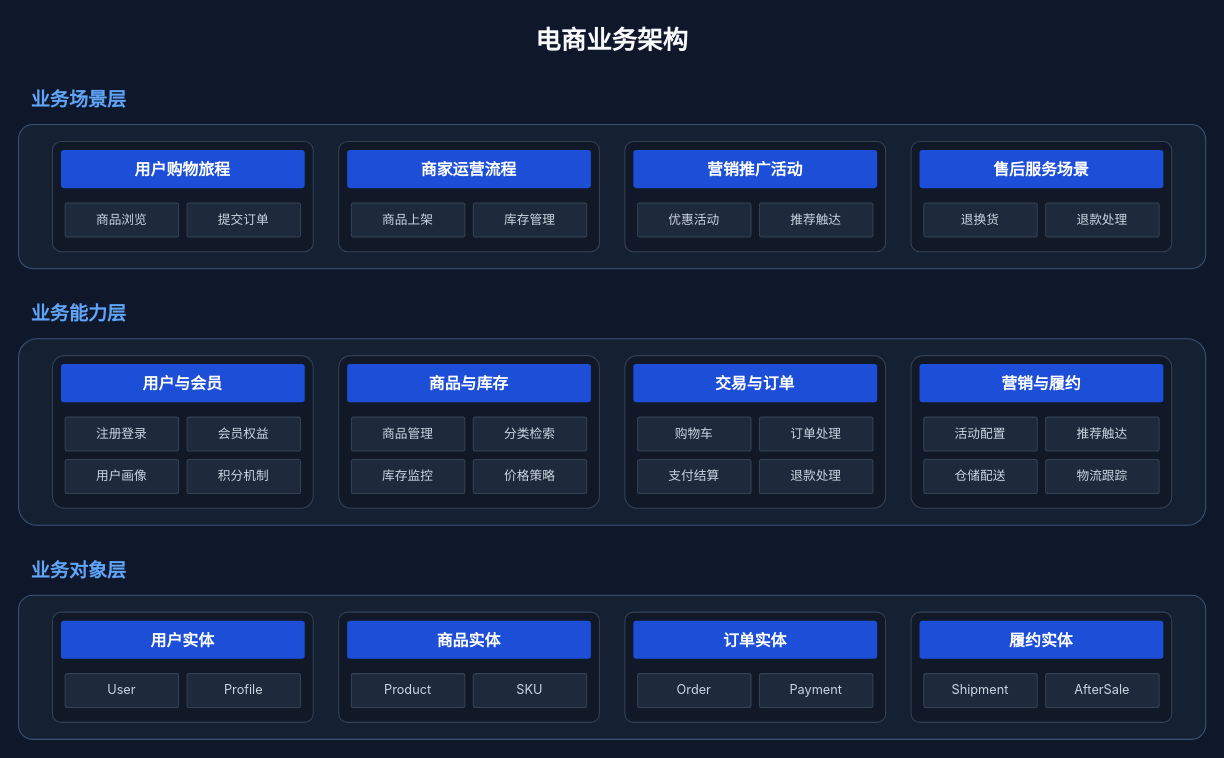
Earlier version of the draw.io diagram .opencode/skills/xml-diagram/examples/architecture-business-dark-ecommerce.drawio (BeWaterMyFriend7/SKILL-PROJECT). Source tidied: cells renumbered, new cells numbered last; positions are measured from the earlier drawing's top-left corner, leaving out a move shared by most shapes. Both pictures are drawn from the tidied source at 106%, with x=0, y=0 at pixel (18, 18).
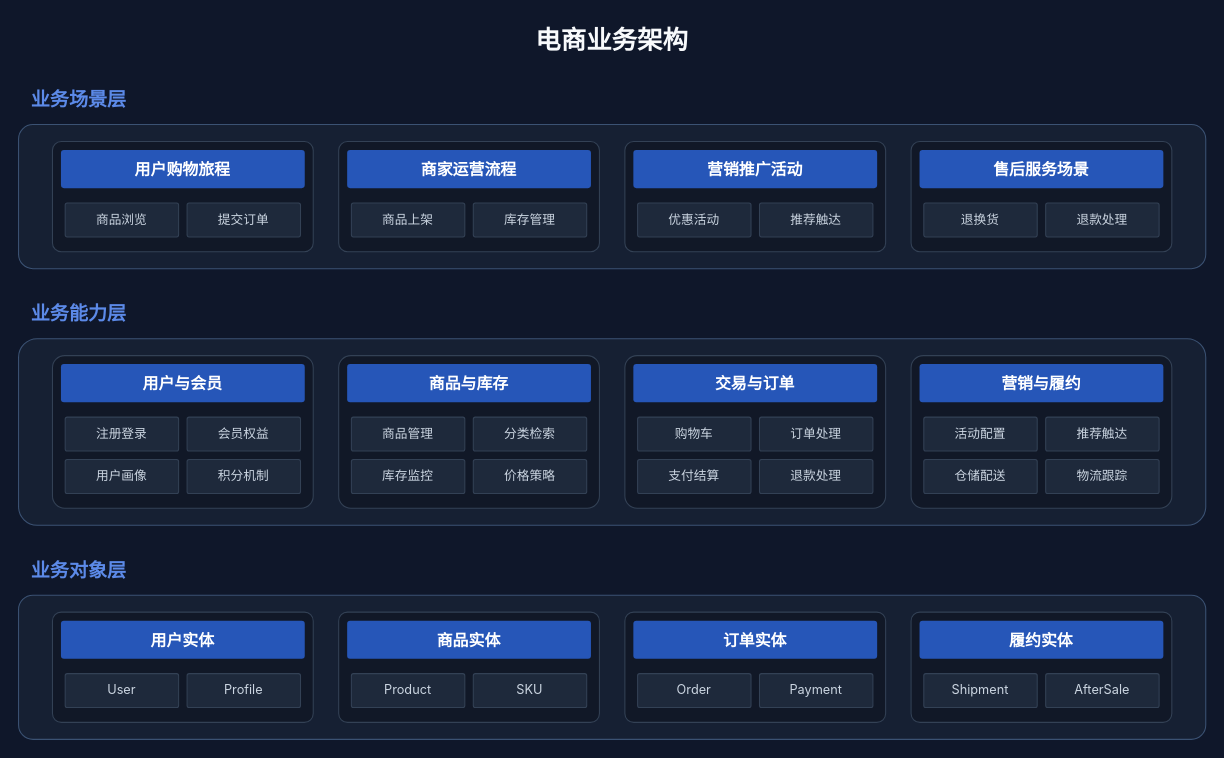
Above is the later version.

The change refers to these unchanged cells:
```xml
<mxCell id="5" style="rounded=1;arcSize=8;html=1;whiteSpace=wrap;fillColor=#111827;strokeColor=#334155;strokeWidth=1;" parent="4" vertex="1">
  <mxGeometry x="32" y="16" width="246" height="104" as="geometry" />
</mxCell>
<mxCell id="9" style="rounded=1;arcSize=8;html=1;whiteSpace=wrap;fillColor=#111827;strokeColor=#334155;strokeWidth=1;" parent="4" vertex="1">
  <mxGeometry x="302" y="16" width="246" height="104" as="geometry" />
</mxCell>
<mxCell id="13" style="rounded=1;arcSize=8;html=1;whiteSpace=wrap;fillColor=#111827;strokeColor=#334155;strokeWidth=1;" parent="4" vertex="1">
  <mxGeometry x="572" y="16" width="246" height="104" as="geometry" />
</mxCell>
<mxCell id="17" style="rounded=1;arcSize=8;html=1;whiteSpace=wrap;fillColor=#111827;strokeColor=#334155;strokeWidth=1;" parent="4" vertex="1">
  <mxGeometry x="842" y="16" width="246" height="104" as="geometry" />
</mxCell>
<mxCell id="23" style="rounded=1;arcSize=8;html=1;whiteSpace=wrap;fillColor=#111827;strokeColor=#334155;strokeWidth=1;" parent="22" vertex="1">
  <mxGeometry x="32" y="16" width="246" height="144" as="geometry" />
</mxCell>
<mxCell id="29" style="rounded=1;arcSize=8;html=1;whiteSpace=wrap;fillColor=#111827;strokeColor=#334155;strokeWidth=1;" parent="22" vertex="1">
  <mxGeometry x="302" y="16" width="246" height="144" as="geometry" />
</mxCell>
<mxCell id="35" style="rounded=1;arcSize=8;html=1;whiteSpace=wrap;fillColor=#111827;strokeColor=#334155;strokeWidth=1;" parent="22" vertex="1">
  <mxGeometry x="572" y="16" width="246" height="144" as="geometry" />
</mxCell>
<mxCell id="41" style="rounded=1;arcSize=8;html=1;whiteSpace=wrap;fillColor=#111827;strokeColor=#334155;strokeWidth=1;" parent="22" vertex="1">
  <mxGeometry x="842" y="16" width="246" height="144" as="geometry" />
</mxCell>
<mxCell id="49" style="rounded=1;arcSize=8;html=1;whiteSpace=wrap;fillColor=#111827;strokeColor=#334155;strokeWidth=1;" parent="48" vertex="1">
  <mxGeometry x="32" y="16" width="246" height="104" as="geometry" />
</mxCell>
<mxCell id="53" style="rounded=1;arcSize=8;html=1;whiteSpace=wrap;fillColor=#111827;strokeColor=#334155;strokeWidth=1;" parent="48" vertex="1">
  <mxGeometry x="302" y="16" width="246" height="104" as="geometry" />
</mxCell>
<mxCell id="57" style="rounded=1;arcSize=8;html=1;whiteSpace=wrap;fillColor=#111827;strokeColor=#334155;strokeWidth=1;" parent="48" vertex="1">
  <mxGeometry x="572" y="16" width="246" height="104" as="geometry" />
</mxCell>
<mxCell id="61" style="rounded=1;arcSize=8;html=1;whiteSpace=wrap;fillColor=#111827;strokeColor=#334155;strokeWidth=1;" parent="48" vertex="1">
  <mxGeometry x="842" y="16" width="246" height="104" as="geometry" />
</mxCell>
```

The edit, as a diff of the source:
```diff
@@
-    <mxCell id="3" value="业务场景层" style="text=;html=1;strokeColor=none;fillColor=none;align=left;verticalAlign=middle;whiteSpace=wrap;fontFamily=Inter, Noto Sans SC, Microsoft YaHei, sans-serif;fontSize=18;fontStyle=1;fontColor=#60A5FA;" parent="1" vertex="1">
+    <mxCell id="3" value="业务场景层" style="text=;html=1;strokeColor=none;fillColor=none;align=left;verticalAlign=middle;whiteSpace=wrap;fontFamily=Inter, Noto Sans SC, Microsoft YaHei, sans-serif;fontSize=18;fontStyle=1;fontColor=#5C8AE8;" parent="1" vertex="1">
       <mxGeometry x="10" y="62" width="420" height="28" as="geometry" />
     </mxCell>
@@
-    <mxCell id="6" value="用户购物旅程" style="rounded=1;arcSize=8;html=1;whiteSpace=wrap;align=center;verticalAlign=middle;fillColor=#1D4ED8;strokeColor=none;fontFamily=Inter, Noto Sans SC, Microsoft YaHei, sans-serif;fontSize=15;fontStyle=1;fontColor=#FFFFFF;" parent="5" vertex="1">
+    <mxCell id="6" value="用户购物旅程" style="rounded=1;arcSize=8;html=1;whiteSpace=wrap;align=center;verticalAlign=middle;fillColor=#2656B8;strokeColor=none;fontFamily=Inter, Noto Sans SC, Microsoft YaHei, sans-serif;fontSize=15;fontStyle=1;fontColor=#FFFFFF;" parent="5" vertex="1">
       <mxGeometry x="8" y="8" width="230" height="36" as="geometry" />
     </mxCell>
@@
-    <mxCell id="10" value="商家运营流程" style="rounded=1;arcSize=8;html=1;whiteSpace=wrap;align=center;verticalAlign=middle;fillColor=#1D4ED8;strokeColor=none;fontFamily=Inter, Noto Sans SC, Microsoft YaHei, sans-serif;fontSize=15;fontStyle=1;fontColor=#FFFFFF;" parent="9" vertex="1">
+    <mxCell id="10" value="商家运营流程" style="rounded=1;arcSize=8;html=1;whiteSpace=wrap;align=center;verticalAlign=middle;fillColor=#2656B8;strokeColor=none;fontFamily=Inter, Noto Sans SC, Microsoft YaHei, sans-serif;fontSize=15;fontStyle=1;fontColor=#FFFFFF;" parent="9" vertex="1">
       <mxGeometry x="8" y="8" width="230" height="36" as="geometry" />
     </mxCell>
@@
-    <mxCell id="14" value="营销推广活动" style="rounded=1;arcSize=8;html=1;whiteSpace=wrap;align=center;verticalAlign=middle;fillColor=#1D4ED8;strokeColor=none;fontFamily=Inter, Noto Sans SC, Microsoft YaHei, sans-serif;fontSize=15;fontStyle=1;fontColor=#FFFFFF;" parent="13" vertex="1">
+    <mxCell id="14" value="营销推广活动" style="rounded=1;arcSize=8;html=1;whiteSpace=wrap;align=center;verticalAlign=middle;fillColor=#2656B8;strokeColor=none;fontFamily=Inter, Noto Sans SC, Microsoft YaHei, sans-serif;fontSize=15;fontStyle=1;fontColor=#FFFFFF;" parent="13" vertex="1">
       <mxGeometry x="8" y="8" width="230" height="36" as="geometry" />
     </mxCell>
@@
-    <mxCell id="18" value="售后服务场景" style="rounded=1;arcSize=8;html=1;whiteSpace=wrap;align=center;verticalAlign=middle;fillColor=#1D4ED8;strokeColor=none;fontFamily=Inter, Noto Sans SC, Microsoft YaHei, sans-serif;fontSize=15;fontStyle=1;fontColor=#FFFFFF;" parent="17" vertex="1">
+    <mxCell id="18" value="售后服务场景" style="rounded=1;arcSize=8;html=1;whiteSpace=wrap;align=center;verticalAlign=middle;fillColor=#2656B8;strokeColor=none;fontFamily=Inter, Noto Sans SC, Microsoft YaHei, sans-serif;fontSize=15;fontStyle=1;fontColor=#FFFFFF;" parent="17" vertex="1">
       <mxGeometry x="8" y="8" width="230" height="36" as="geometry" />
     </mxCell>
@@
-    <mxCell id="21" value="业务能力层" style="text=;html=1;strokeColor=none;fillColor=none;align=left;verticalAlign=middle;whiteSpace=wrap;fontFamily=Inter, Noto Sans SC, Microsoft YaHei, sans-serif;fontSize=18;fontStyle=1;fontColor=#60A5FA;" parent="1" vertex="1">
+    <mxCell id="21" value="业务能力层" style="text=;html=1;strokeColor=none;fillColor=none;align=left;verticalAlign=middle;whiteSpace=wrap;fontFamily=Inter, Noto Sans SC, Microsoft YaHei, sans-serif;fontSize=18;fontStyle=1;fontColor=#5C8AE8;" parent="1" vertex="1">
       <mxGeometry x="10" y="264" width="420" height="28" as="geometry" />
     </mxCell>
@@
-    <mxCell id="24" value="用户与会员" style="rounded=1;arcSize=8;html=1;whiteSpace=wrap;align=center;verticalAlign=middle;fillColor=#1D4ED8;strokeColor=none;fontFamily=Inter, Noto Sans SC, Microsoft YaHei, sans-serif;fontSize=15;fontStyle=1;fontColor=#FFFFFF;" parent="23" vertex="1">
+    <mxCell id="24" value="用户与会员" style="rounded=1;arcSize=8;html=1;whiteSpace=wrap;align=center;verticalAlign=middle;fillColor=#2656B8;strokeColor=none;fontFamily=Inter, Noto Sans SC, Microsoft YaHei, sans-serif;fontSize=15;fontStyle=1;fontColor=#FFFFFF;" parent="23" vertex="1">
       <mxGeometry x="8" y="8" width="230" height="36" as="geometry" />
     </mxCell>
@@
-    <mxCell id="30" value="商品与库存" style="rounded=1;arcSize=8;html=1;whiteSpace=wrap;align=center;verticalAlign=middle;fillColor=#1D4ED8;strokeColor=none;fontFamily=Inter, Noto Sans SC, Microsoft YaHei, sans-serif;fontSize=15;fontStyle=1;fontColor=#FFFFFF;" parent="29" vertex="1">
+    <mxCell id="30" value="商品与库存" style="rounded=1;arcSize=8;html=1;whiteSpace=wrap;align=center;verticalAlign=middle;fillColor=#2656B8;strokeColor=none;fontFamily=Inter, Noto Sans SC, Microsoft YaHei, sans-serif;fontSize=15;fontStyle=1;fontColor=#FFFFFF;" parent="29" vertex="1">
       <mxGeometry x="8" y="8" width="230" height="36" as="geometry" />
     </mxCell>
@@
-    <mxCell id="36" value="交易与订单" style="rounded=1;arcSize=8;html=1;whiteSpace=wrap;align=center;verticalAlign=middle;fillColor=#1D4ED8;strokeColor=none;fontFamily=Inter, Noto Sans SC, Microsoft YaHei, sans-serif;fontSize=15;fontStyle=1;fontColor=#FFFFFF;" parent="35" vertex="1">
+    <mxCell id="36" value="交易与订单" style="rounded=1;arcSize=8;html=1;whiteSpace=wrap;align=center;verticalAlign=middle;fillColor=#2656B8;strokeColor=none;fontFamily=Inter, Noto Sans SC, Microsoft YaHei, sans-serif;fontSize=15;fontStyle=1;fontColor=#FFFFFF;" parent="35" vertex="1">
       <mxGeometry x="8" y="8" width="230" height="36" as="geometry" />
     </mxCell>
@@
-    <mxCell id="42" value="营销与履约" style="rounded=1;arcSize=8;html=1;whiteSpace=wrap;align=center;verticalAlign=middle;fillColor=#1D4ED8;strokeColor=none;fontFamily=Inter, Noto Sans SC, Microsoft YaHei, sans-serif;fontSize=15;fontStyle=1;fontColor=#FFFFFF;" parent="41" vertex="1">
+    <mxCell id="42" value="营销与履约" style="rounded=1;arcSize=8;html=1;whiteSpace=wrap;align=center;verticalAlign=middle;fillColor=#2656B8;strokeColor=none;fontFamily=Inter, Noto Sans SC, Microsoft YaHei, sans-serif;fontSize=15;fontStyle=1;fontColor=#FFFFFF;" parent="41" vertex="1">
       <mxGeometry x="8" y="8" width="230" height="36" as="geometry" />
     </mxCell>
@@
-    <mxCell id="47" value="业务对象层" style="text=;html=1;strokeColor=none;fillColor=none;align=left;verticalAlign=middle;whiteSpace=wrap;fontFamily=Inter, Noto Sans SC, Microsoft YaHei, sans-serif;fontSize=18;fontStyle=1;fontColor=#60A5FA;" parent="1" vertex="1">
+    <mxCell id="47" value="业务对象层" style="text=;html=1;strokeColor=none;fillColor=none;align=left;verticalAlign=middle;whiteSpace=wrap;fontFamily=Inter, Noto Sans SC, Microsoft YaHei, sans-serif;fontSize=18;fontStyle=1;fontColor=#5C8AE8;" parent="1" vertex="1">
       <mxGeometry x="10" y="506" width="420" height="28" as="geometry" />
     </mxCell>
@@
-    <mxCell id="50" value="用户实体" style="rounded=1;arcSize=8;html=1;whiteSpace=wrap;align=center;verticalAlign=middle;fillColor=#1D4ED8;strokeColor=none;fontFamily=Inter, Noto Sans SC, Microsoft YaHei, sans-serif;fontSize=15;fontStyle=1;fontColor=#FFFFFF;" parent="49" vertex="1">
+    <mxCell id="50" value="用户实体" style="rounded=1;arcSize=8;html=1;whiteSpace=wrap;align=center;verticalAlign=middle;fillColor=#2656B8;strokeColor=none;fontFamily=Inter, Noto Sans SC, Microsoft YaHei, sans-serif;fontSize=15;fontStyle=1;fontColor=#FFFFFF;" parent="49" vertex="1">
       <mxGeometry x="8" y="8" width="230" height="36" as="geometry" />
     </mxCell>
@@
-    <mxCell id="54" value="商品实体" style="rounded=1;arcSize=8;html=1;whiteSpace=wrap;align=center;verticalAlign=middle;fillColor=#1D4ED8;strokeColor=none;fontFamily=Inter, Noto Sans SC, Microsoft YaHei, sans-serif;fontSize=15;fontStyle=1;fontColor=#FFFFFF;" parent="53" vertex="1">
+    <mxCell id="54" value="商品实体" style="rounded=1;arcSize=8;html=1;whiteSpace=wrap;align=center;verticalAlign=middle;fillColor=#2656B8;strokeColor=none;fontFamily=Inter, Noto Sans SC, Microsoft YaHei, sans-serif;fontSize=15;fontStyle=1;fontColor=#FFFFFF;" parent="53" vertex="1">
       <mxGeometry x="8" y="8" width="230" height="36" as="geometry" />
     </mxCell>
@@
-    <mxCell id="58" value="订单实体" style="rounded=1;arcSize=8;html=1;whiteSpace=wrap;align=center;verticalAlign=middle;fillColor=#1D4ED8;strokeColor=none;fontFamily=Inter, Noto Sans SC, Microsoft YaHei, sans-serif;fontSize=15;fontStyle=1;fontColor=#FFFFFF;" parent="57" vertex="1">
+    <mxCell id="58" value="订单实体" style="rounded=1;arcSize=8;html=1;whiteSpace=wrap;align=center;verticalAlign=middle;fillColor=#2656B8;strokeColor=none;fontFamily=Inter, Noto Sans SC, Microsoft YaHei, sans-serif;fontSize=15;fontStyle=1;fontColor=#FFFFFF;" parent="57" vertex="1">
       <mxGeometry x="8" y="8" width="230" height="36" as="geometry" />
     </mxCell>
@@
-    <mxCell id="62" value="履约实体" style="rounded=1;arcSize=8;html=1;whiteSpace=wrap;align=center;verticalAlign=middle;fillColor=#1D4ED8;strokeColor=none;fontFamily=Inter, Noto Sans SC, Microsoft YaHei, sans-serif;fontSize=15;fontStyle=1;fontColor=#FFFFFF;" parent="61" vertex="1">
+    <mxCell id="62" value="履约实体" style="rounded=1;arcSize=8;html=1;whiteSpace=wrap;align=center;verticalAlign=middle;fillColor=#2656B8;strokeColor=none;fontFamily=Inter, Noto Sans SC, Microsoft YaHei, sans-serif;fontSize=15;fontStyle=1;fontColor=#FFFFFF;" parent="61" vertex="1">
       <mxGeometry x="8" y="8" width="230" height="36" as="geometry" />
     </mxCell>
```
